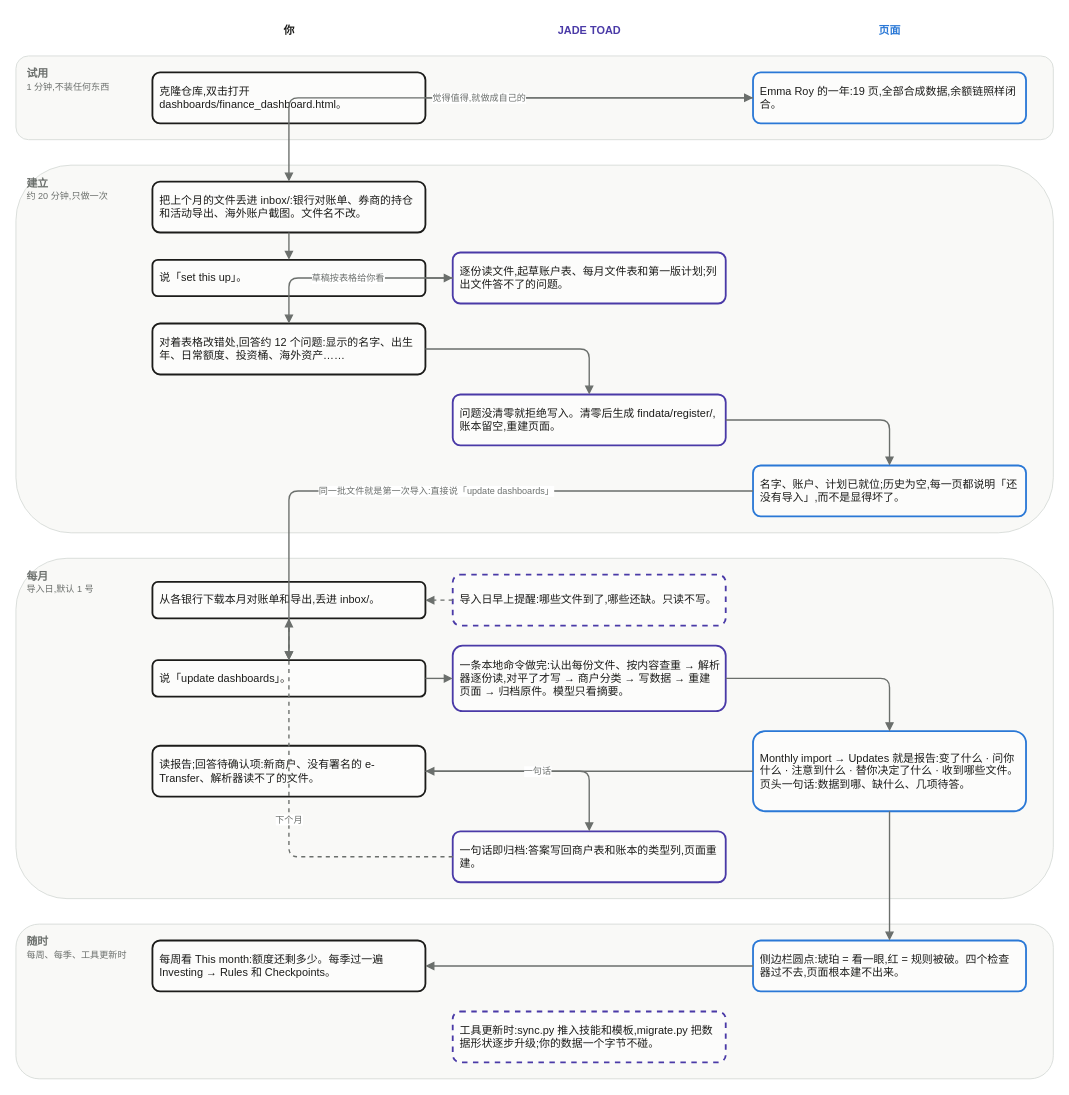
Above: docs/zh/product_flow.drawio in LydiaBlllue/firetoad (draw.io), before the change. Source tidied: cells renumbered, new cells numbered last; positions are measured from the earlier drawing's top-left corner, leaving out a move shared by most shapes. Both pictures are drawn from the tidied source at 91%, with x=0, y=0 at pixel (15, 15).
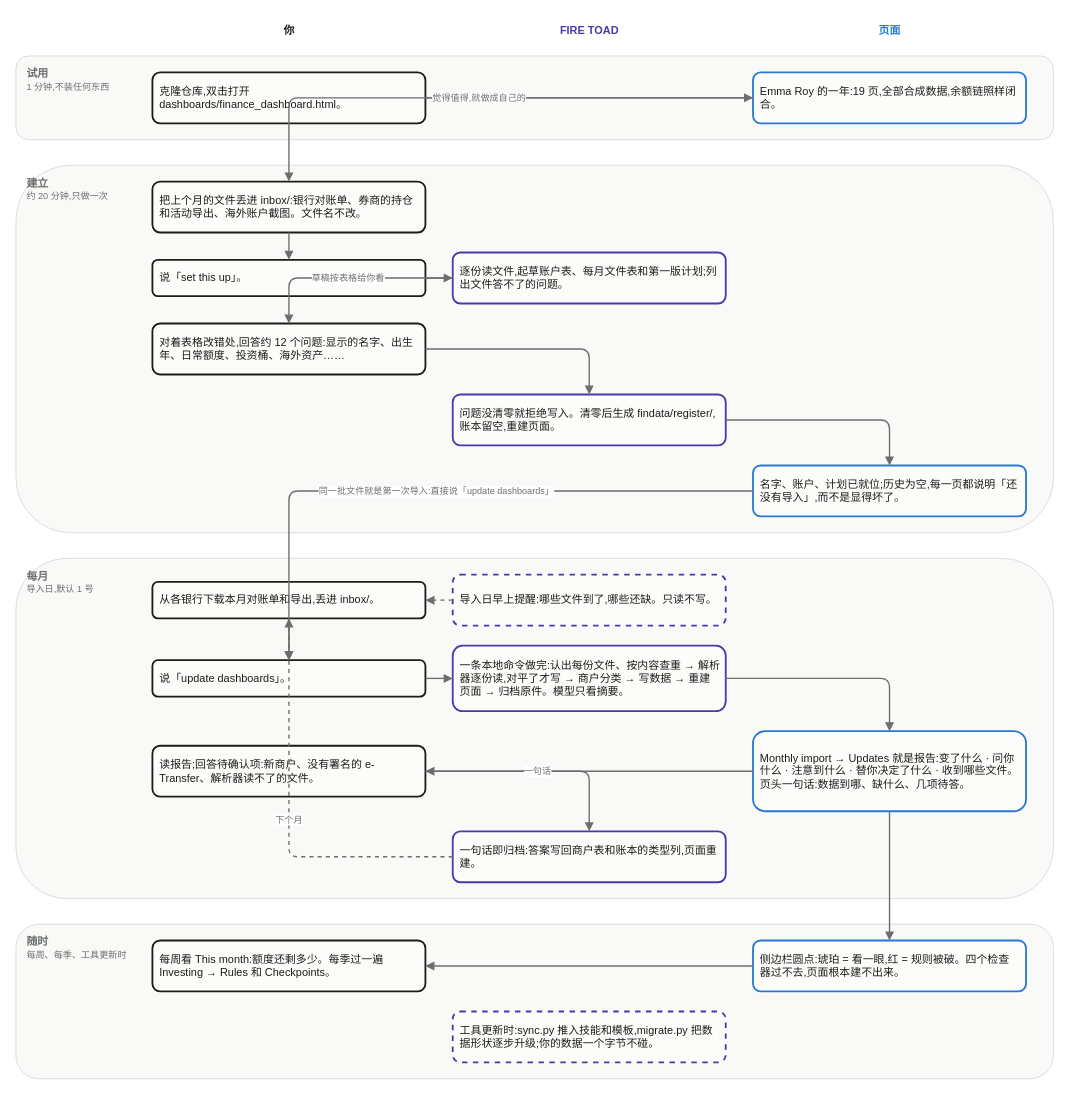
The same diagram, later.

What changed in the source:
```diff
@@
-    <mxCell id="7" value="JADE TOAD" style="text;html=1;align=center;verticalAlign=middle;fontStyle=1;fontSize=12;fontColor=#4a3aa7;" parent="1" vertex="1">
+    <mxCell id="7" value="FIRE TOAD" style="text;html=1;align=center;verticalAlign=middle;fontStyle=1;fontSize=12;fontColor=#4a3aa7;" parent="1" vertex="1">
       <mxGeometry x="480" width="300" height="32" as="geometry" />
     </mxCell>
```
